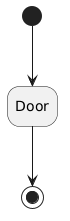
The PlantUML diagram docs/source/tutorials/bmc/first_check.fcstm.puml.png in HansBug/pyfcstm, before a commit.
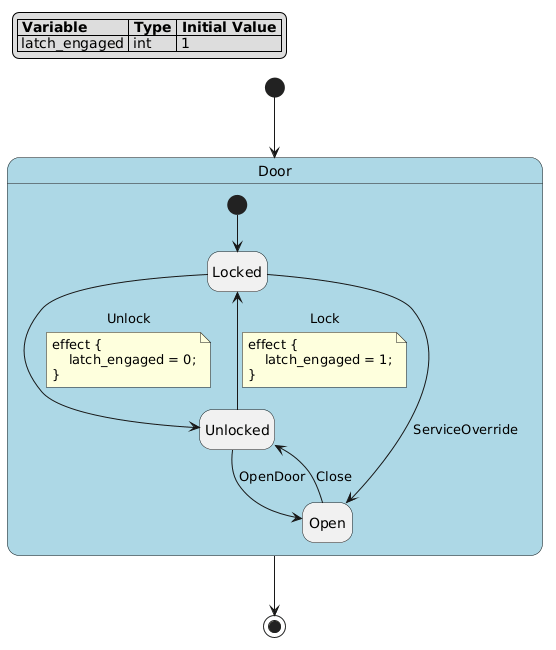
After the change.

Change to the diagram source:
```diff
@@ -8,7 +8,32 @@
   FontStyle<<pseudo>> italic
 }
 
-state "Door" as door
+legend top left
+|= Variable |= Type |= Initial Value |
+| latch_engaged | int | 1 |
+endlegend
+
+state "Door" as door <<composite>> {
+    state "Locked" as door__locked
+    state "Unlocked" as door__unlocked
+    state "Open" as door__open
+    [*] --> door__locked
+    door__locked --> door__unlocked : Unlock
+    note on link
+    effect {
+        latch_engaged = 0;
+    }
+    end note
+    door__unlocked --> door__open : OpenDoor
+    door__open --> door__unlocked : Close
+    door__unlocked --> door__locked : Lock
+    note on link
+    effect {
+        latch_engaged = 1;
+    }
+    end note
+    door__locked --> door__open : ServiceOverride
+}
 [*] --> door
 door --> [*]
 @enduml
```
